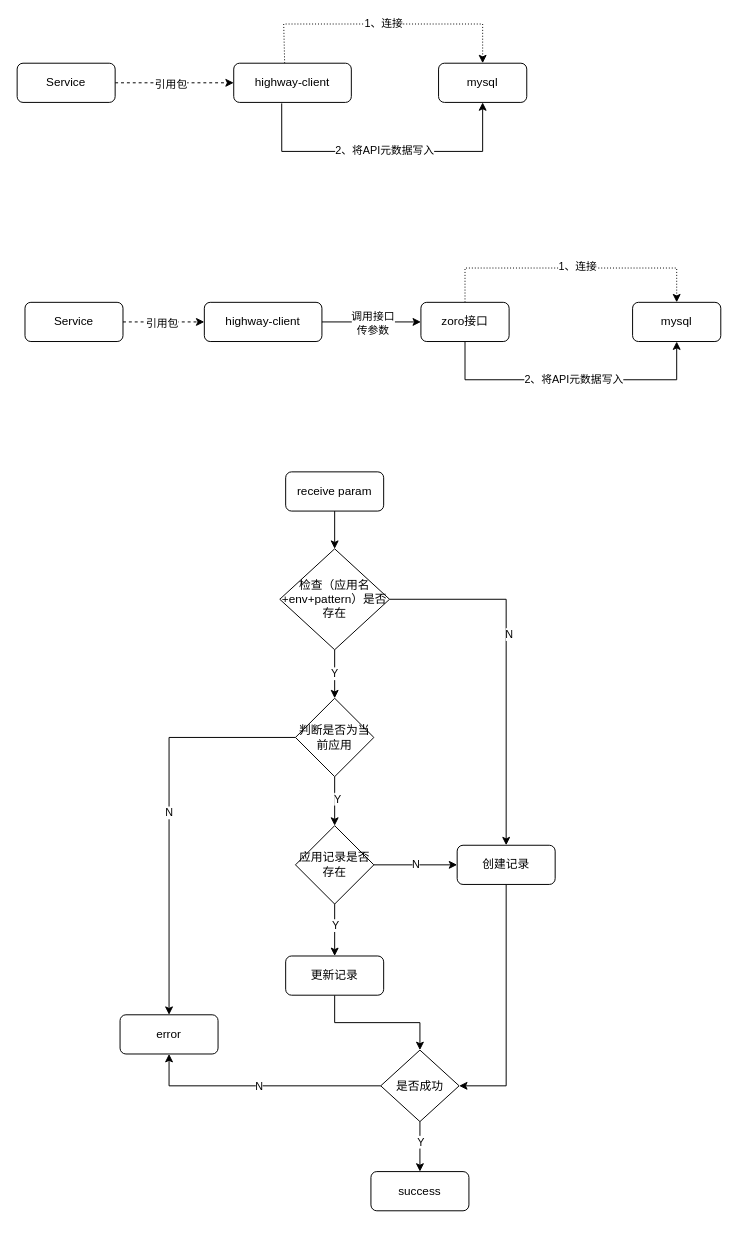
gitcodeporter/draw-uml keeps this draw.io diagram as highway-client-old.drawio. Above is the earlier version. Source tidied: cells renumbered, new cells numbered last; positions are measured from the earlier drawing's top-left corner, leaving out a move shared by most shapes. Both pictures are drawn from the tidied source at 98%, with x=0, y=0 at pixel (17, 24).
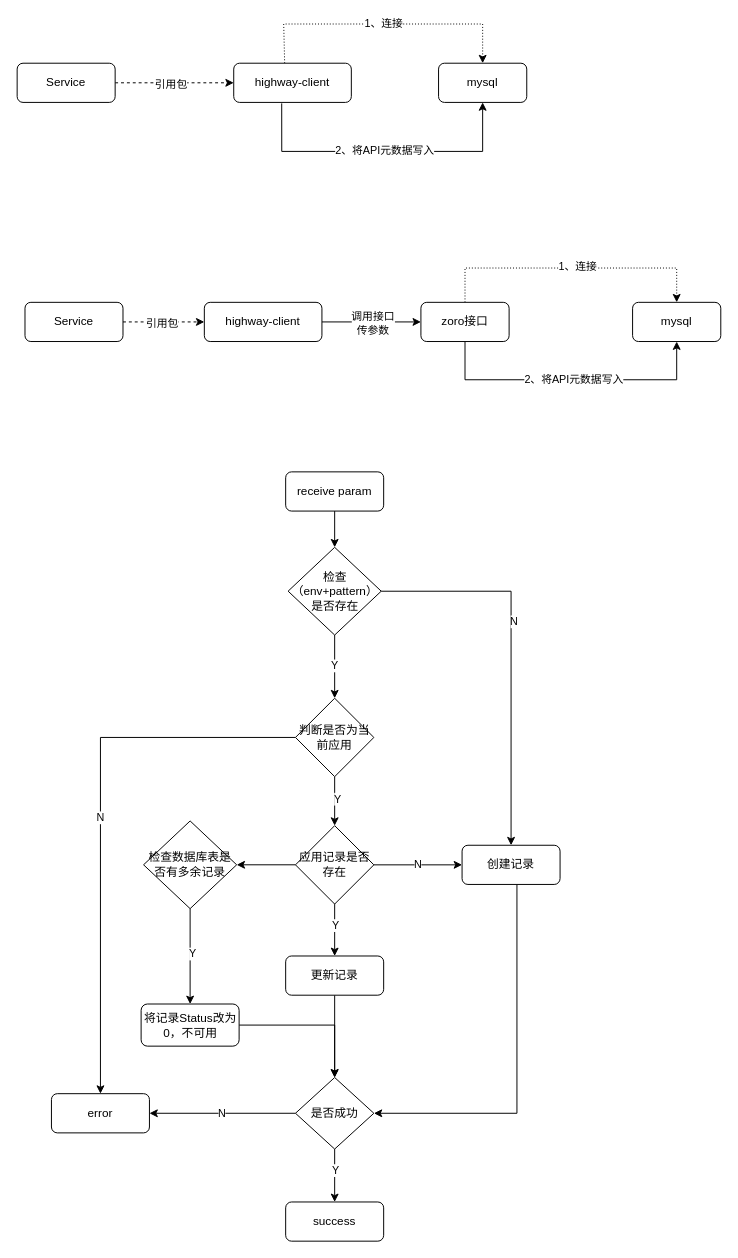
After the change.

The change refers to these unchanged cells:
```xml
<mxCell id="37" value="应用记录是否存在" style="rhombus;whiteSpace=wrap;html=1;" parent="1" vertex="1">
  <mxGeometry x="284" y="818" width="80" height="80" as="geometry" />
</mxCell>
```

The edit, as a diff of the source:
```diff
@@
-    <mxCell id="28" value="检查（应用名+env+pattern）是否存在" style="rhombus;whiteSpace=wrap;html=1;" parent="1" vertex="1">
-      <mxGeometry x="268" y="535.5" width="112" height="103" as="geometry" />
+    <mxCell id="28" value="检查（env+pattern）是否存在" style="rhombus;whiteSpace=wrap;html=1;" parent="1" vertex="1">
+      <mxGeometry x="276.5" y="534" width="95" height="89.5" as="geometry" />
     </mxCell>
     <mxCell id="29" value="error" style="rounded=1;whiteSpace=wrap;html=1;fontSize=12;glass=0;strokeWidth=1;shadow=0;" parent="1" vertex="1">
-      <mxGeometry x="105" y="1011" width="100" height="40" as="geometry" />
+      <mxGeometry x="35" y="1091.5" width="100" height="40" as="geometry" />
     </mxCell>
@@
+    <mxCell id="47" style="edgeStyle=orthogonalEdgeStyle;rounded=0;jettySize=auto;html=1;entryX=1;entryY=0.5;entryDx=0;entryDy=0;endSize=6;" parent="1" edge="1" source="37" target="50">
+      <mxGeometry relative="1" as="geometry" />
+    </mxCell>
@@
     <mxCell id="38" style="edgeStyle=orthogonalEdgeStyle;rounded=0;jettySize=auto;html=1;entryX=1;entryY=0.5;entryDx=0;entryDy=0;endSize=6;" parent="1" edge="1" source="39" target="45">
-      <mxGeometry relative="1" as="geometry" />
+      <mxGeometry relative="1" as="geometry">
+        <Array as="points">
+          <mxPoint x="510" y="1112" />
+        </Array>
+      </mxGeometry>
     </mxCell>
     <mxCell id="39" value="创建记录" style="rounded=1;whiteSpace=wrap;html=1;fontSize=12;glass=0;strokeWidth=1;shadow=0;" parent="1" vertex="1">
-      <mxGeometry x="449" y="838" width="100" height="40" as="geometry" />
+      <mxGeometry x="454" y="838" width="100" height="40" as="geometry" />
     </mxCell>
@@
-    <mxCell id="44" value="N" style="edgeStyle=orthogonalEdgeStyle;rounded=0;jettySize=auto;html=1;entryX=0.5;entryY=1;entryDx=0;entryDy=0;endSize=6;" parent="1" edge="1" source="45" target="29">
+    <mxCell id="44" value="N" style="edgeStyle=orthogonalEdgeStyle;rounded=0;jettySize=auto;html=1;entryX=1;entryY=0.5;entryDx=0;entryDy=0;endSize=6;" parent="1" edge="1" source="45" target="29">
       <mxGeometry relative="1" as="geometry" />
     </mxCell>
     <mxCell id="45" value="是否成功" style="rhombus;whiteSpace=wrap;html=1;" parent="1" vertex="1">
-      <mxGeometry x="371" y="1047" width="80" height="73" as="geometry" />
+      <mxGeometry x="284" y="1075" width="80" height="73" as="geometry" />
     </mxCell>
     <mxCell id="46" value="success" style="rounded=1;whiteSpace=wrap;html=1;fontSize=12;glass=0;strokeWidth=1;shadow=0;" parent="1" vertex="1">
-      <mxGeometry x="361" y="1171" width="100" height="40" as="geometry" />
+      <mxGeometry x="274" y="1202" width="100" height="40" as="geometry" />
     </mxCell>
+    <mxCell id="48" style="edgeStyle=orthogonalEdgeStyle;rounded=0;jettySize=auto;html=1;exitX=0.5;exitY=1;exitDx=0;exitDy=0;entryX=0.5;entryY=0;entryDx=0;entryDy=0;endSize=6;" parent="1" edge="1" source="50" target="52">
+      <mxGeometry relative="1" as="geometry" />
+    </mxCell>
+    <mxCell id="49" value="Y" style="edgeLabel;html=1;align=center;verticalAlign=middle;" parent="48" vertex="1">
+      <mxGeometry x="-0.06" y="2" relative="1" as="geometry" />
+    </mxCell>
+    <mxCell id="50" value="检查数据库表是否有多余记录" style="rhombus;whiteSpace=wrap;html=1;" parent="1" vertex="1">
+      <mxGeometry x="129" y="813.2" width="95" height="89.5" as="geometry" />
+    </mxCell>
+    <mxCell id="51" style="edgeStyle=orthogonalEdgeStyle;rounded=0;jettySize=auto;html=1;entryX=0.5;entryY=0;entryDx=0;entryDy=0;endSize=6;" parent="1" edge="1" source="52" target="45">
+      <mxGeometry relative="1" as="geometry" />
+    </mxCell>
+    <mxCell id="52" value="将记录Status改为0，不可用" style="rounded=1;whiteSpace=wrap;html=1;fontSize=12;glass=0;strokeWidth=1;shadow=0;" parent="1" vertex="1">
+      <mxGeometry x="126.5" y="1000" width="100" height="43" as="geometry" />
+    </mxCell>
```
